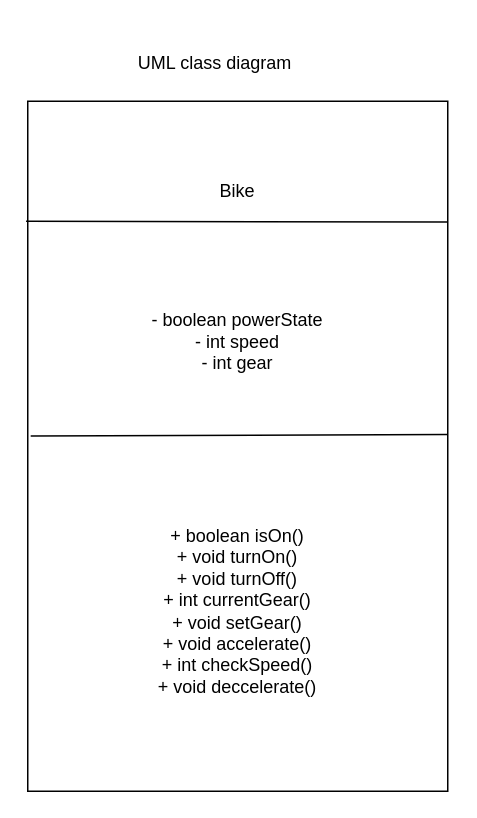
Before: AirConditioner/MP3.drawio in visionezak-gif/IdeaProject, a draw.io diagram. Source tidied: cells renumbered, new cells numbered last; positions are measured from the earlier drawing's top-left corner, leaving out a move shared by most shapes. Both pictures are drawn from the tidied source at 150%, with x=0, y=0 at pixel (27, 26).
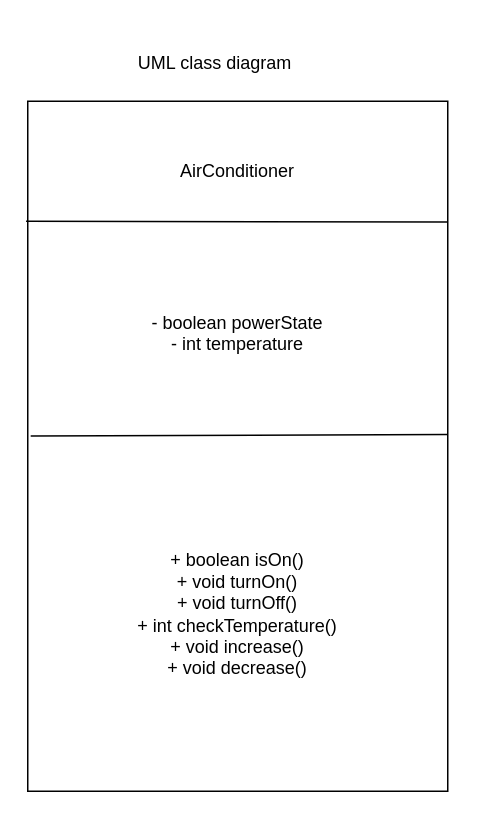
After the change.

What changed in the source:
```diff
@@
 <mxGraphModel>
   <root>
     <mxCell id="0" />
     <mxCell id="1" parent="0" />
     <mxCell id="2" style="rounded=0;whiteSpace=wrap;html=1;" parent="1" vertex="1">
       <mxGeometry y="50" width="280" height="460" as="geometry" />
     </mxCell>
     <mxCell id="3" style="endArrow=none;html=1;rounded=0;defaultLabelBackgroundColor=page;labelPadding=0 4;entryX=1;entryY=0.175;entryDx=0;entryDy=0;entryPerimeter=0;exitX=-0.004;exitY=0.174;exitDx=0;exitDy=0;exitPerimeter=0;" parent="1" edge="1" source="2" target="2">
       <mxGeometry relative="1" as="geometry" />
     </mxCell>
     <mxCell id="4" style="endArrow=none;html=1;rounded=0;defaultLabelBackgroundColor=page;labelPadding=0 4;entryX=1;entryY=0.483;entryDx=0;entryDy=0;entryPerimeter=0;exitX=0.007;exitY=0.485;exitDx=0;exitDy=0;exitPerimeter=0;" parent="1" edge="1" source="2" target="2">
       <mxGeometry relative="1" as="geometry" />
     </mxCell>
     <mxCell id="5" style="edgeStyle=orthogonalEdgeStyle;rounded=0;orthogonalLoop=1;jettySize=auto;html=1;innerLoopWaypoints=1;exitX=0.5;exitY=1;exitDx=0;exitDy=0;defaultLabelBackgroundColor=page;labelPadding=0 4;" parent="1" edge="1">
       <mxGeometry relative="1" as="geometry">
         <mxPoint x="130" y="250" as="sourcePoint" />
         <mxPoint x="130" y="250" as="targetPoint" />
       </mxGeometry>
     </mxCell>
     <mxCell id="6" value="UML class diagram" style="text;html=1;whiteSpace=wrap;strokeColor=none;fillColor=none;align=center;verticalAlign=middle;rounded=0;" parent="1" vertex="1">
       <mxGeometry width="250" height="50" as="geometry" />
     </mxCell>
-    <mxCell id="7" value="&lt;div&gt;Bike&lt;/div&gt;&lt;div&gt;&lt;br&gt;&lt;/div&gt;&lt;div&gt;&lt;br&gt;&lt;/div&gt;&lt;div&gt;&lt;br&gt;&lt;/div&gt;&lt;div&gt;&lt;br&gt;&lt;/div&gt;&lt;div&gt;&lt;br&gt;&lt;/div&gt;&lt;div&gt;- boolean powerState&lt;/div&gt;&lt;div&gt;- int speed&lt;/div&gt;&lt;div&gt;- int gear&lt;/div&gt;&lt;div&gt;&lt;br&gt;&lt;/div&gt;&lt;div&gt;&lt;br&gt;&lt;/div&gt;&lt;div&gt;&lt;br&gt;&lt;/div&gt;&lt;div&gt;&lt;br&gt;&lt;/div&gt;&lt;div&gt;&lt;br&gt;&lt;/div&gt;&lt;div&gt;&lt;br&gt;&lt;/div&gt;&lt;div&gt;&lt;br&gt;&lt;/div&gt;&lt;div&gt;+ boolean isOn()&lt;/div&gt;&lt;div&gt;+ void turnOn()&lt;/div&gt;&lt;div&gt;+ void turnOff()&lt;/div&gt;&lt;div&gt;+ int currentGear()&lt;/div&gt;&lt;div&gt;+ void setGear()&lt;/div&gt;&lt;div&gt;+ void accelerate()&lt;/div&gt;&lt;div&gt;+ int checkSpeed()&lt;/div&gt;&lt;div&gt;+ void deccelerate()&lt;/div&gt;" style="text;html=1;whiteSpace=wrap;strokeColor=none;fillColor=none;align=center;verticalAlign=middle;rounded=0;" parent="1" vertex="1">
-      <mxGeometry y="60" width="280" height="430" as="geometry" />
-    </mxCell>
+    <mxCell id="8" value="&lt;div&gt;&lt;div&gt;&lt;div&gt;&lt;div&gt;&lt;div&gt;&lt;div&gt;AirConditioner&lt;br&gt;&lt;br&gt;&lt;br&gt;&lt;br&gt;&lt;br&gt;&lt;br&gt;&lt;br&gt;- boolean powerState&lt;br&gt;- int temperature&lt;/div&gt;&lt;div&gt;&lt;br&gt;&lt;/div&gt;&lt;div&gt;&lt;br&gt;&lt;/div&gt;&lt;div&gt;&lt;br&gt;&lt;/div&gt;&lt;div&gt;&lt;br&gt;&lt;/div&gt;&lt;div&gt;&lt;br&gt;&lt;/div&gt;&lt;div&gt;&lt;br&gt;&lt;/div&gt;&lt;div&gt;&lt;br&gt;&lt;/div&gt;&lt;div&gt;&lt;br&gt;&lt;/div&gt;&lt;div&gt;&lt;br&gt;+ boolean isOn()&lt;br&gt;+ void turnOn()&lt;br&gt;+ void turnOff()&lt;br&gt;+ int checkTemperature()&lt;br&gt;+ void increase()&lt;br&gt;+ void decrease()&lt;/div&gt;&lt;/div&gt;&lt;/div&gt;&lt;/div&gt;&lt;/div&gt;&lt;/div&gt;&lt;h3&gt;&lt;strong&gt;&lt;br&gt;&lt;/strong&gt;&lt;/h3&gt;" style="text;html=1;whiteSpace=wrap;strokeColor=none;fillColor=none;align=center;verticalAlign=middle;rounded=0;" parent="1" vertex="1">
+      <mxGeometry x="10" y="60" width="260" height="450" as="geometry" />
+    </mxCell>
   </root>
 </mxGraphModel>
```
